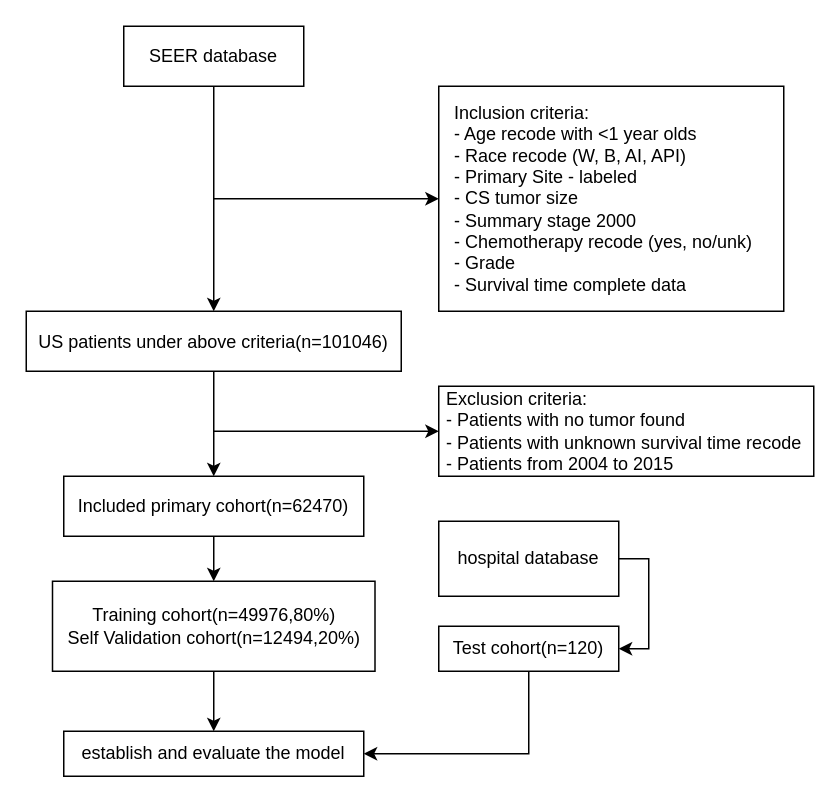
Before: paper_database.drawio in akhialomgir/drawio, a draw.io diagram. Source tidied: cells renumbered, new cells numbered last; positions are measured from the earlier drawing's top-left corner, leaving out a move shared by most shapes. Both pictures are drawn from the tidied source at 150%, with x=0, y=0 at pixel (26, 26).
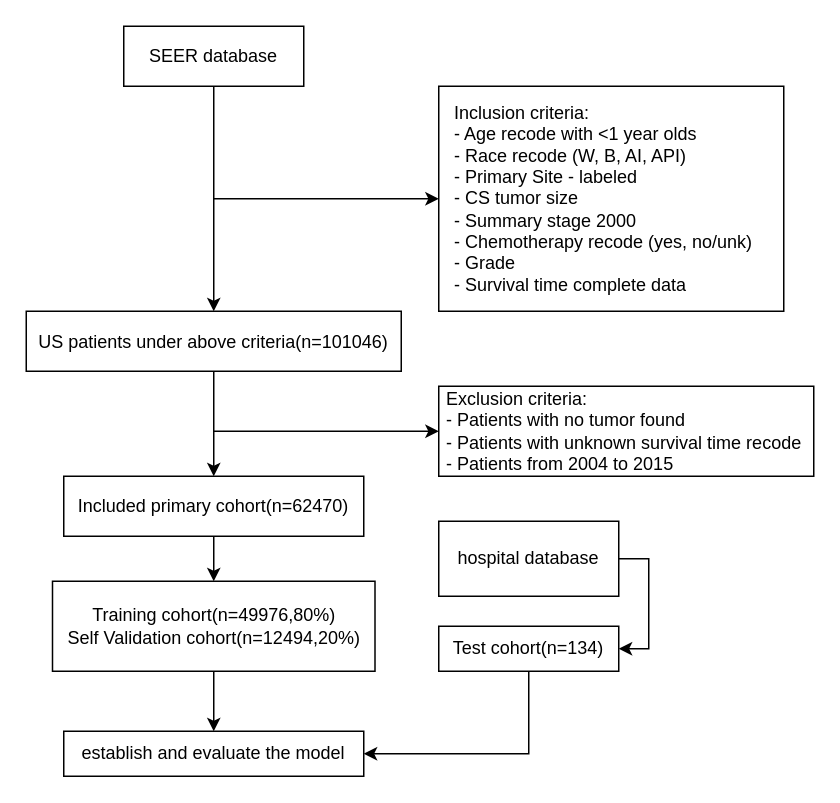
The same page after the edit.

The edit, as a diff of the source:
```diff
@@
-    <mxCell id="19" value="&lt;div&gt;Test cohort(n=120)&lt;/div&gt;" style="rounded=0;whiteSpace=wrap;html=1;" parent="1" vertex="1">
+    <mxCell id="19" value="&lt;div&gt;Test cohort(n=134&lt;span style=&quot;background-color: initial; color: rgb(0, 0, 0); --darkreader-inline-bgcolor: initial; --darkreader-inline-color:#e8e6e3;&quot;&gt;)&lt;/span&gt;&lt;/div&gt;" style="rounded=0;whiteSpace=wrap;html=1;" parent="1" vertex="1">
       <mxGeometry x="275" y="400" width="120" height="30" as="geometry" />
     </mxCell>
```
